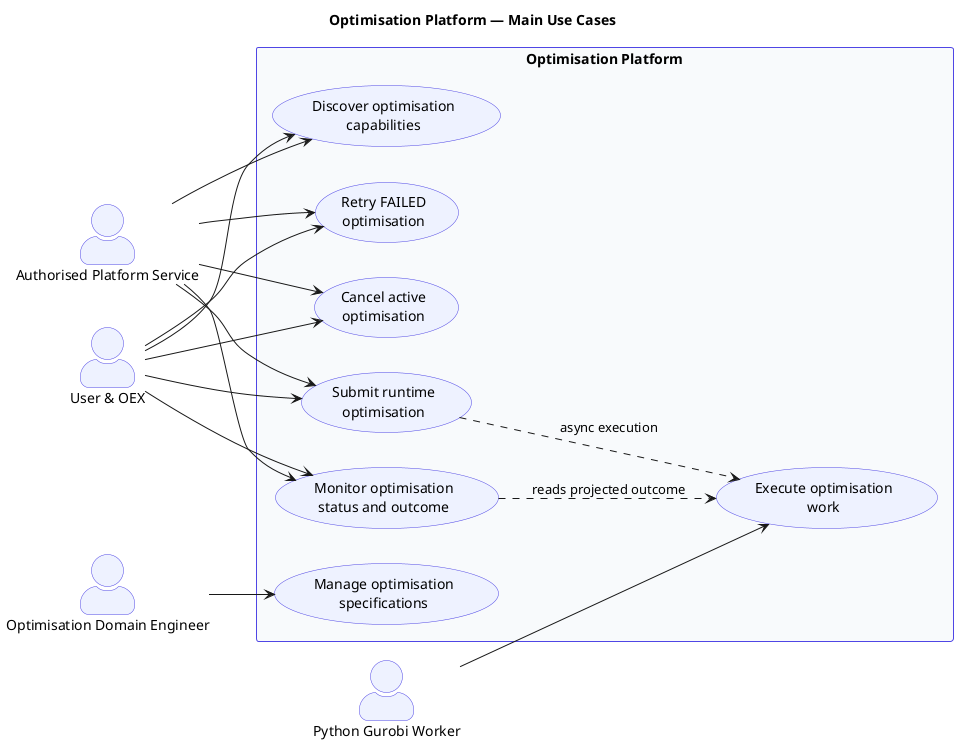
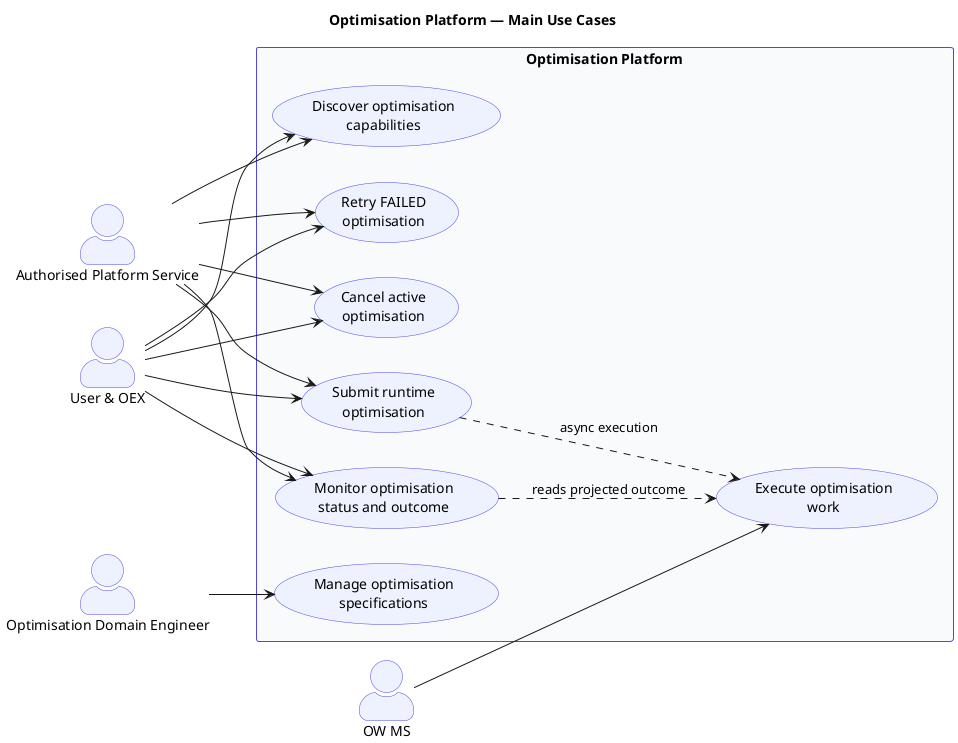
@startuml
title Optimisation Platform — Main Use Cases

left to right direction

skinparam packageStyle rectangle
skinparam actorStyle awesome
skinparam usecaseBorderColor #4F46E5
skinparam usecaseBackgroundColor #EEF2FF
skinparam actorBorderColor #4F46E5
skinparam actorBackgroundColor #EEF2FF
skinparam rectangleBorderColor #4F46E5
skinparam rectangleBackgroundColor #F8FAFC

actor "User & OEX" as UserOEX
actor "Authorised Platform Service" as PlatformService
actor "Optimisation Domain Engineer" as DomainEngineer
- actor "Python Gurobi Worker" as Worker
+ actor "OW MS" as Worker

rectangle "Optimisation Platform" {
  usecase "Discover optimisation\ncapabilities" as UC_Discover
  usecase "Manage optimisation\nspecifications" as UC_ManageSpecs
  usecase "Submit runtime\noptimisation" as UC_Submit
  usecase "Monitor optimisation\nstatus and outcome" as UC_Monitor
  usecase "Cancel active\noptimisation" as UC_Cancel
  usecase "Retry FAILED\noptimisation" as UC_Retry
  usecase "Execute optimisation\nwork" as UC_Execute
}

UserOEX --> UC_Discover
UserOEX --> UC_Submit
UserOEX --> UC_Monitor
UserOEX --> UC_Cancel
UserOEX --> UC_Retry

PlatformService --> UC_Discover
PlatformService --> UC_Submit
PlatformService --> UC_Monitor
PlatformService --> UC_Cancel
PlatformService --> UC_Retry

DomainEngineer --> UC_ManageSpecs

Worker --> UC_Execute

UC_Submit ..> UC_Execute : async execution
UC_Monitor ..> UC_Execute : reads projected outcome

@enduml
